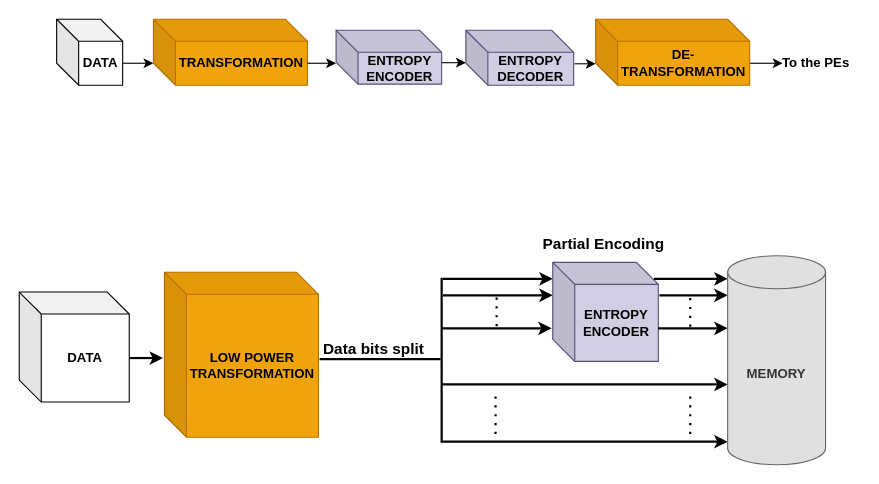
Earlier version of the draw.io diagram Proposed approach.drawio (Nithyarajoman/Drawio-figures). Source tidied: cells renumbered, new cells numbered last; positions are measured from the earlier drawing's top-left corner, leaving out a move shared by most shapes. Both pictures are drawn from the tidied source at 110%, with x=0, y=0 at pixel (19, 19).
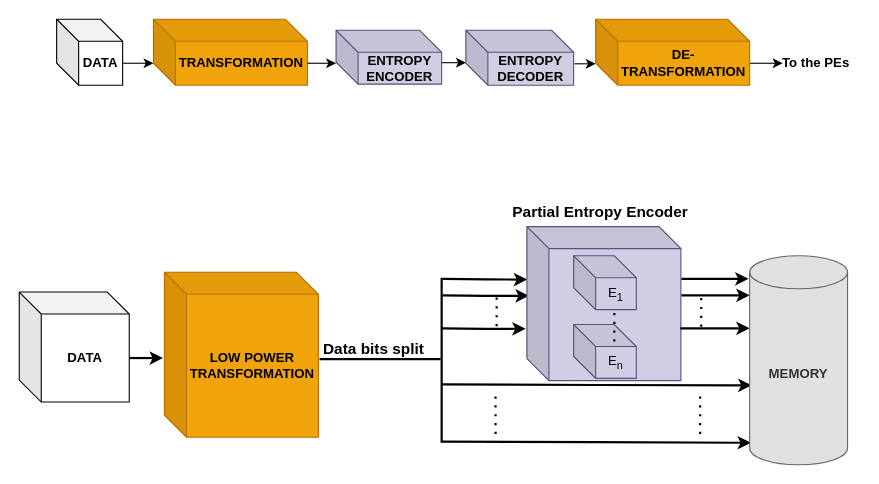
Above is the later version.

The edit, as a diff of the source:
```diff
@@
-    <mxCell id="19" style="edgeStyle=orthogonalEdgeStyle;rounded=0;orthogonalLoop=1;jettySize=auto;html=1;exitX=0;exitY=0;exitDx=140;exitDy=40;exitPerimeter=0;strokeWidth=2;" parent="1" edge="1">
+    <mxCell id="19" style="edgeStyle=orthogonalEdgeStyle;rounded=0;jettySize=auto;html=1;exitX=0;exitY=0;exitDx=140;exitDy=40;exitPerimeter=0;strokeWidth=2;entryX=0.02;entryY=0.62;entryDx=0;entryDy=0;entryPerimeter=0;" parent="1" edge="1" target="32">
       <mxGeometry relative="1" as="geometry">
         <mxPoint x="384" y="332" as="sourcePoint" />
-        <mxPoint x="644" y="332" as="targetPoint" />
       </mxGeometry>
     </mxCell>
-    <mxCell id="20" style="edgeStyle=orthogonalEdgeStyle;rounded=0;orthogonalLoop=1;jettySize=auto;html=1;exitX=0;exitY=0;exitDx=140;exitDy=40;exitPerimeter=0;strokeWidth=2;" parent="1" edge="1">
+    <mxCell id="20" style="edgeStyle=orthogonalEdgeStyle;rounded=0;jettySize=auto;html=1;exitX=0;exitY=0;exitDx=140;exitDy=40;exitPerimeter=0;strokeWidth=2;entryX=0.002;entryY=0.344;entryDx=0;entryDy=0;entryPerimeter=0;" parent="1" edge="1" target="23">
       <mxGeometry relative="1" as="geometry">
         <mxPoint x="385" y="236" as="sourcePoint" />
-        <mxPoint x="485" y="236" as="targetPoint" />
       </mxGeometry>
     </mxCell>
-    <mxCell id="21" style="edgeStyle=orthogonalEdgeStyle;rounded=0;orthogonalLoop=1;jettySize=auto;html=1;exitX=0;exitY=0;exitDx=140;exitDy=40;exitPerimeter=0;strokeWidth=2;" parent="1" edge="1">
+    <mxCell id="21" style="edgeStyle=orthogonalEdgeStyle;rounded=0;jettySize=auto;html=1;exitX=0;exitY=0;exitDx=140;exitDy=40;exitPerimeter=0;strokeWidth=2;entryX=0.013;entryY=0.449;entryDx=0;entryDy=0;entryPerimeter=0;" parent="1" edge="1" target="23">
       <mxGeometry relative="1" as="geometry">
         <mxPoint x="385" y="251" as="sourcePoint" />
-        <mxPoint x="485" y="251" as="targetPoint" />
       </mxGeometry>
     </mxCell>
-    <mxCell id="22" style="edgeStyle=orthogonalEdgeStyle;rounded=0;orthogonalLoop=1;jettySize=auto;html=1;exitX=0;exitY=0;exitDx=140;exitDy=40;exitPerimeter=0;strokeWidth=2;" parent="1" edge="1">
+    <mxCell id="22" style="edgeStyle=orthogonalEdgeStyle;rounded=0;jettySize=auto;html=1;exitX=0;exitY=0;exitDx=140;exitDy=40;exitPerimeter=0;strokeWidth=2;entryX=-0.008;entryY=0.663;entryDx=0;entryDy=0;entryPerimeter=0;" parent="1" edge="1" target="23">
       <mxGeometry relative="1" as="geometry">
         <mxPoint x="384" y="281" as="sourcePoint" />
-        <mxPoint x="484" y="281" as="targetPoint" />
       </mxGeometry>
     </mxCell>
-    <mxCell id="23" value="&lt;b&gt;&lt;font&gt;ENTROPY ENCODER&lt;/font&gt;&lt;/b&gt;" style="shape=cube;whiteSpace=wrap;html=1;boundedLbl=1;backgroundOutline=1;darkOpacity=0.05;darkOpacity2=0.1;fillColor=#d0cee2;strokeColor=#56517e;" parent="1" vertex="1">
-      <mxGeometry x="485" y="221" width="96" height="90" as="geometry" />
+    <mxCell id="23" style="shape=cube;whiteSpace=wrap;html=1;boundedLbl=1;backgroundOutline=1;darkOpacity=0.05;darkOpacity2=0.1;fillColor=#d0cee2;strokeColor=#56517e;" parent="1" vertex="1">
+      <mxGeometry x="461.5" y="188.5" width="140" height="140" as="geometry" />
     </mxCell>
@@
-    <mxCell id="26" style="edgeStyle=orthogonalEdgeStyle;rounded=0;orthogonalLoop=1;jettySize=auto;html=1;exitX=0;exitY=0;exitDx=140;exitDy=40;exitPerimeter=0;strokeWidth=2;" parent="1" edge="1">
+    <mxCell id="26" style="edgeStyle=orthogonalEdgeStyle;rounded=0;jettySize=auto;html=1;exitX=0;exitY=0;exitDx=140;exitDy=40;exitPerimeter=0;strokeWidth=2;entryX=0.014;entryY=0.895;entryDx=0;entryDy=0;entryPerimeter=0;" parent="1" edge="1" target="32">
       <mxGeometry relative="1" as="geometry">
         <mxPoint x="384" y="384" as="sourcePoint" />
-        <mxPoint x="644" y="384" as="targetPoint" />
       </mxGeometry>
     </mxCell>
-    <mxCell id="27" style="edgeStyle=orthogonalEdgeStyle;rounded=0;orthogonalLoop=1;jettySize=auto;html=1;exitX=0.927;exitY=0.167;exitDx=0;exitDy=0;exitPerimeter=0;strokeWidth=2;" parent="1" edge="1">
+    <mxCell id="27" style="edgeStyle=orthogonalEdgeStyle;rounded=0;orthogonalLoop=1;jettySize=auto;html=1;strokeWidth=2;" parent="1" edge="1">
       <mxGeometry relative="1" as="geometry">
-        <mxPoint x="577" y="236" as="sourcePoint" />
-        <mxPoint x="644" y="236" as="targetPoint" />
+        <mxPoint x="602" y="236" as="sourcePoint" />
+        <mxPoint x="663" y="236" as="targetPoint" />
       </mxGeometry>
     </mxCell>
     <mxCell id="28" style="edgeStyle=orthogonalEdgeStyle;rounded=0;orthogonalLoop=1;jettySize=auto;html=1;exitX=0;exitY=0;exitDx=140;exitDy=40;exitPerimeter=0;strokeWidth=2;" parent="1" edge="1">
       <mxGeometry relative="1" as="geometry">
-        <mxPoint x="582" y="251" as="sourcePoint" />
-        <mxPoint x="644" y="251" as="targetPoint" />
+        <mxPoint x="602" y="251" as="sourcePoint" />
+        <mxPoint x="664" y="251" as="targetPoint" />
       </mxGeometry>
     </mxCell>
     <mxCell id="29" style="edgeStyle=orthogonalEdgeStyle;rounded=0;orthogonalLoop=1;jettySize=auto;html=1;exitX=0;exitY=0;exitDx=140;exitDy=40;exitPerimeter=0;strokeWidth=2;" parent="1" edge="1">
       <mxGeometry relative="1" as="geometry">
-        <mxPoint x="581" y="281" as="sourcePoint" />
-        <mxPoint x="644" y="281" as="targetPoint" />
+        <mxPoint x="601" y="281" as="sourcePoint" />
+        <mxPoint x="664" y="281" as="targetPoint" />
       </mxGeometry>
     </mxCell>
     <mxCell id="30" style="endArrow=none;dashed=1;html=1;dashPattern=1 3;strokeWidth=2;rounded=0;" parent="1" edge="1">
       <mxGeometry relative="1" as="geometry">
-        <mxPoint x="610" y="279.5" as="sourcePoint" />
-        <mxPoint x="610" y="252.5" as="targetPoint" />
+        <mxPoint x="620" y="279.5" as="sourcePoint" />
+        <mxPoint x="620" y="252.5" as="targetPoint" />
       </mxGeometry>
     </mxCell>
-    <mxCell id="31" value="&lt;b&gt;&lt;font style=&quot;font-size: 14px;&quot;&gt;Partial Encoding&lt;/font&gt;&lt;/b&gt;" style="text;html=1;align=center;verticalAlign=middle;strokeColor=none;fillColor=none;" parent="1" vertex="1">
-      <mxGeometry x="466" y="189" width="130" height="30" as="geometry" />
+    <mxCell id="31" value="&lt;b&gt;&lt;font style=&quot;font-size: 14px;&quot;&gt;Partial Entropy Encoder&lt;/font&gt;&lt;/b&gt;" style="text;html=1;align=center;verticalAlign=middle;strokeColor=none;fillColor=none;" parent="1" vertex="1">
+      <mxGeometry x="438" y="160" width="180" height="30" as="geometry" />
     </mxCell>
     <mxCell id="32" value="&lt;b&gt;MEMORY&lt;/b&gt;" style="shape=cylinder3;whiteSpace=wrap;html=1;boundedLbl=1;backgroundOutline=1;size=15;fillColor=light-dark(#e1dfdf, #1a1a1a);strokeColor=#666666;fontColor=#333333;" parent="1" vertex="1">
-      <mxGeometry x="644" y="215" width="89" height="190" as="geometry" />
+      <mxGeometry x="664" y="215" width="89" height="190" as="geometry" />
     </mxCell>
@@
     <mxCell id="34" style="endArrow=none;dashed=1;html=1;dashPattern=1 3;strokeWidth=2;rounded=0;" parent="1" edge="1">
       <mxGeometry relative="1" as="geometry">
-        <mxPoint x="610" y="377" as="sourcePoint" />
-        <mxPoint x="610" y="339" as="targetPoint" />
+        <mxPoint x="619" y="377" as="sourcePoint" />
+        <mxPoint x="619" y="339" as="targetPoint" />
       </mxGeometry>
     </mxCell>
+    <mxCell id="35" value="E&lt;sub&gt;1&lt;/sub&gt;" style="shape=cube;whiteSpace=wrap;html=1;boundedLbl=1;backgroundOutline=1;darkOpacity=0.05;darkOpacity2=0.1;fillColor=#d0cee2;strokeColor=#56517e;" parent="1" vertex="1">
+      <mxGeometry x="504" y="215" width="57" height="49" as="geometry" />
+    </mxCell>
+    <mxCell id="36" value="E&lt;sub&gt;n&lt;/sub&gt;" style="shape=cube;whiteSpace=wrap;html=1;boundedLbl=1;backgroundOutline=1;darkOpacity=0.05;darkOpacity2=0.1;fillColor=#d0cee2;strokeColor=#56517e;" parent="1" vertex="1">
+      <mxGeometry x="504" y="277.5" width="57" height="49" as="geometry" />
+    </mxCell>
+    <mxCell id="37" style="endArrow=none;dashed=1;html=1;dashPattern=1 3;strokeWidth=2;rounded=0;" parent="1" edge="1">
+      <mxGeometry relative="1" as="geometry">
+        <mxPoint x="541" y="293" as="sourcePoint" />
+        <mxPoint x="541" y="266" as="targetPoint" />
+      </mxGeometry>
+    </mxCell>
```
